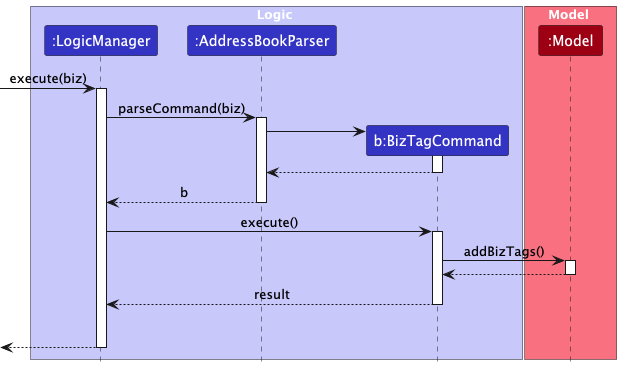
Before: docs/images/BizSequenceDiagram.png, a diagram exported from PlantUML (Habutiii/tp).
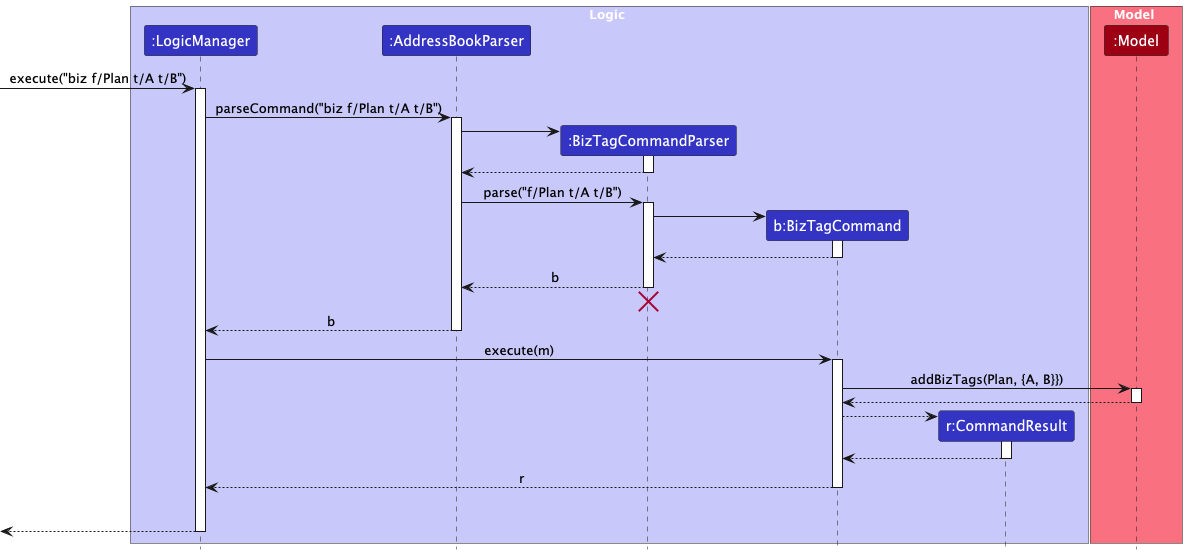
The same diagram one commit later.

Change to the diagram source:
```diff
@@ -5,41 +5,65 @@
 box Logic LOGIC_COLOR_T1
 participant ":LogicManager" as LogicManager LOGIC_COLOR
 participant ":AddressBookParser" as AddressBookParser LOGIC_COLOR
+participant ":BizTagCommandParser" as BizTagCommandParser LOGIC_COLOR
 participant "b:BizTagCommand" as BizTagCommand LOGIC_COLOR
+participant "r:CommandResult" as CommandResult LOGIC_COLOR
 end box
 
 box Model MODEL_COLOR_T1
 participant ":Model" as Model MODEL_COLOR
 end box
 
-[-> LogicManager : execute(biz)
+[-> LogicManager : execute("biz f/Plan t/A t/B")
 activate LogicManager
 
-LogicManager -> AddressBookParser : parseCommand(biz)
+LogicManager -> AddressBookParser : parseCommand("biz f/Plan t/A t/B")
 activate AddressBookParser
 
+create BizTagCommandParser
+AddressBookParser -> BizTagCommandParser
+activate BizTagCommandParser
+
+BizTagCommandParser --> AddressBookParser
+deactivate BizTagCommandParser
+
+AddressBookParser -> BizTagCommandParser : parse("f/Plan t/A t/B")
+activate BizTagCommandParser
+
 create BizTagCommand
-AddressBookParser -> BizTagCommand
+BizTagCommandParser -> BizTagCommand
 activate BizTagCommand
 
-BizTagCommand --> AddressBookParser
+BizTagCommand --> BizTagCommandParser
 deactivate BizTagCommand
+
+BizTagCommandParser --> AddressBookParser : b
+deactivate BizTagCommandParser
+BizTagCommandParser -[hidden]-> AddressBookParser
+destroy BizTagCommandParser
 
 AddressBookParser --> LogicManager : b
 deactivate AddressBookParser
 
-LogicManager -> BizTagCommand : execute()
+LogicManager -> BizTagCommand : execute(m)
 activate BizTagCommand
 
-BizTagCommand -> Model : addBizTags()
+BizTagCommand -> Model : addBizTags(Plan, {A, B}})
 activate Model
 
 Model --> BizTagCommand
 deactivate Model
 
-BizTagCommand --> LogicManager : result
+create CommandResult
+BizTagCommand --> CommandResult
+activate CommandResult
+
+CommandResult --> BizTagCommand
+deactivate CommandResult
+
+BizTagCommand --> LogicManager : r
 deactivate BizTagCommand
-BizTagCommand -[hidden]-> LogicManager : result
+BizTagCommand -[hidden]-> LogicManager : r
 
 [<--LogicManager
 deactivate LogicManager
```
